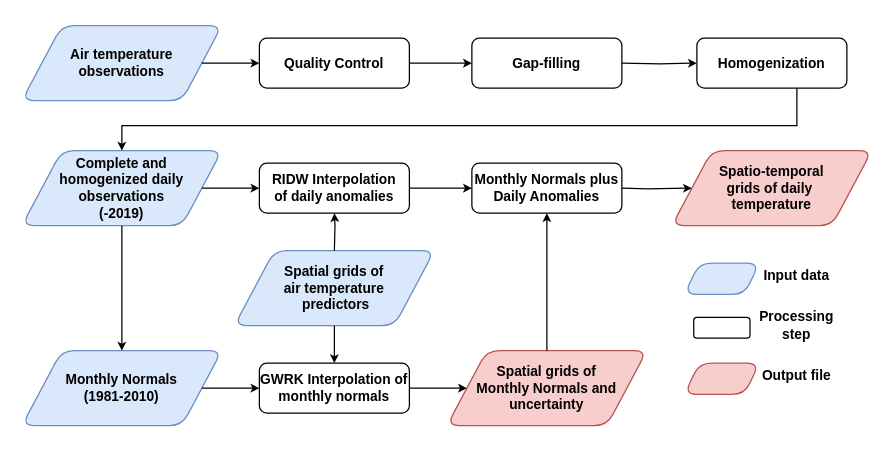
Before: paper/PISCOt_diagram.drawio in adrHuerta/PISCOt_v1-2, a draw.io diagram. Source tidied: cells renumbered, new cells numbered last; positions are measured from the earlier drawing's top-left corner, leaving out a move shared by most shapes. Both pictures are drawn from the tidied source at 125%, with x=0, y=0 at pixel (21, 25).
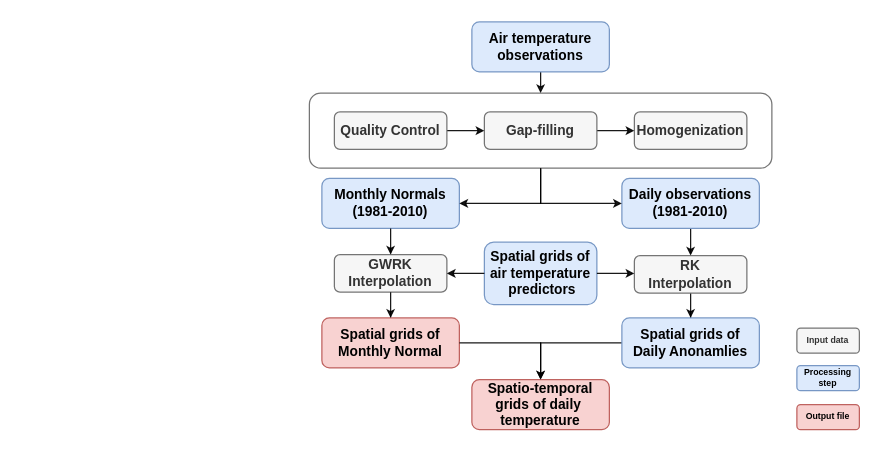
The same diagram, later.

Commit message (it also covers changes not shown here):
workflow / CV values

Change to the diagram source:
```diff
@@
-    <mxCell id="2" style="group;fontFamily=Helvetica;fontSize=11;fontStyle=1;" parent="1" vertex="1">
-      <mxGeometry width="680" height="320" as="geometry" />
-    </mxCell>
-    <mxCell id="3" value="Air temperature &lt;br style=&quot;font-size: 11px;&quot;&gt;observations" style="shape=parallelogram;perimeter=parallelogramPerimeter;whiteSpace=wrap;html=1;fillColor=#dae8fc;strokeColor=#6c8ebf;rounded=1;fontSize=11;fontFamily=Helvetica;fontStyle=1;" parent="2" vertex="1">
-      <mxGeometry width="160" height="60" as="geometry" />
-    </mxCell>
-    <mxCell id="4" value="Complete and &lt;br style=&quot;font-size: 11px;&quot;&gt;homogenized daily observations&lt;br style=&quot;font-size: 11px;&quot;&gt;(-2019)" style="shape=parallelogram;perimeter=parallelogramPerimeter;whiteSpace=wrap;html=1;fillColor=#dae8fc;strokeColor=#6c8ebf;rounded=1;fontSize=11;fontFamily=Helvetica;fontStyle=1;" parent="2" vertex="1">
-      <mxGeometry y="100" width="160" height="60" as="geometry" />
-    </mxCell>
-    <mxCell id="5" value="Quality Control" style="rounded=1;whiteSpace=wrap;html=1;fontSize=11;shadow=0;fontFamily=Helvetica;fontStyle=1;" parent="2" vertex="1">
-      <mxGeometry x="190" y="10" width="120" height="40" as="geometry" />
-    </mxCell>
-    <mxCell id="6" value="Gap-filling" style="rounded=1;whiteSpace=wrap;html=1;fontSize=11;fontFamily=Helvetica;fontStyle=1;" parent="2" vertex="1">
-      <mxGeometry x="360" y="10" width="120" height="40" as="geometry" />
-    </mxCell>
-    <mxCell id="7" value="Homogenization" style="rounded=1;whiteSpace=wrap;html=1;fontSize=11;fontFamily=Helvetica;fontStyle=1;" parent="2" vertex="1">
-      <mxGeometry x="540" y="10" width="120" height="40" as="geometry" />
-    </mxCell>
-    <mxCell id="8" value="RIDW Interpolation&lt;br style=&quot;font-size: 11px;&quot;&gt;of daily anomalies" style="rounded=1;whiteSpace=wrap;html=1;fontSize=11;fontFamily=Helvetica;fontStyle=1;" parent="2" vertex="1">
-      <mxGeometry x="190" y="110" width="120" height="40" as="geometry" />
-    </mxCell>
-    <mxCell id="9" value="Monthly Normals plus Daily Anomalies" style="rounded=1;whiteSpace=wrap;html=1;fontSize=11;fontFamily=Helvetica;fontStyle=1;" parent="2" vertex="1">
-      <mxGeometry x="360" y="110" width="120" height="40" as="geometry" />
-    </mxCell>
-    <mxCell id="10" value="Spatio-temporal &lt;br style=&quot;font-size: 11px;&quot;&gt;grids of daily&amp;nbsp;&lt;br style=&quot;font-size: 11px;&quot;&gt;temperature" style="shape=parallelogram;perimeter=parallelogramPerimeter;whiteSpace=wrap;html=1;fillColor=#f8cecc;strokeColor=#b85450;rounded=1;fontSize=11;fontFamily=Helvetica;fontStyle=1;" parent="2" vertex="1">
-      <mxGeometry x="520" y="100" width="160" height="60" as="geometry" />
-    </mxCell>
-    <mxCell id="11" value="Monthly Normals&lt;br style=&quot;font-size: 11px;&quot;&gt;(1981-2010)" style="shape=parallelogram;perimeter=parallelogramPerimeter;whiteSpace=wrap;html=1;fillColor=#dae8fc;strokeColor=#6c8ebf;rounded=1;fontSize=11;fontFamily=Helvetica;fontStyle=1;" parent="2" vertex="1">
-      <mxGeometry y="260" width="160" height="60" as="geometry" />
-    </mxCell>
-    <mxCell id="12" value="GWRK Interpolation of monthly normals" style="rounded=1;whiteSpace=wrap;html=1;fontSize=11;fontFamily=Helvetica;fontStyle=1;" parent="2" vertex="1">
-      <mxGeometry x="190" y="270" width="120" height="40" as="geometry" />
-    </mxCell>
-    <mxCell id="13" value="Spatial grids of &lt;br style=&quot;font-size: 11px;&quot;&gt;Monthly Normals and&lt;br style=&quot;font-size: 11px;&quot;&gt;uncertainty" style="shape=parallelogram;perimeter=parallelogramPerimeter;whiteSpace=wrap;html=1;fillColor=#f8cecc;strokeColor=#b85450;rounded=1;fontSize=11;fontFamily=Helvetica;fontStyle=1;" parent="2" vertex="1">
-      <mxGeometry x="340" y="260" width="160" height="60" as="geometry" />
-    </mxCell>
-    <mxCell id="14" value="Spatial grids of &lt;br style=&quot;font-size: 11px;&quot;&gt;air temperature&lt;br style=&quot;font-size: 11px;&quot;&gt;&amp;nbsp;predictors" style="shape=parallelogram;perimeter=parallelogramPerimeter;whiteSpace=wrap;html=1;fillColor=#dae8fc;strokeColor=#6c8ebf;rounded=1;fontSize=11;fontFamily=Helvetica;fontStyle=1;" parent="2" vertex="1">
-      <mxGeometry x="170" y="180" width="160" height="60" as="geometry" />
-    </mxCell>
-    <mxCell id="15" style="group;fontFamily=Helvetica;fontSize=11;fontStyle=1;" parent="2" vertex="1">
-      <mxGeometry x="530" y="190" width="120" height="105" as="geometry" />
-    </mxCell>
-    <mxCell id="16" value="Input data" style="text;html=1;strokeColor=none;fillColor=none;align=center;verticalAlign=middle;whiteSpace=wrap;rounded=0;fontSize=11;fontFamily=Helvetica;fontStyle=1;" parent="15" vertex="1">
-      <mxGeometry x="60" width="60" height="20" as="geometry" />
+    <mxCell id="16" value="Input data" style="rounded=1;whiteSpace=wrap;html=1;fillColor=#f5f5f5;opacity=90;fontSize=7;strokeColor=#666666;fontColor=#333333;fontStyle=1;" parent="1" vertex="1">
+      <mxGeometry x="620" y="242" width="50" height="20" as="geometry" />
     </mxCell>
-    <mxCell id="17" value="Processing step" style="text;html=1;strokeColor=none;fillColor=none;align=center;verticalAlign=middle;whiteSpace=wrap;rounded=0;fontSize=11;fontFamily=Helvetica;fontStyle=1;" parent="15" vertex="1">
-      <mxGeometry x="60" y="40" width="60" height="20" as="geometry" />
+    <mxCell id="17" value="Processing step" style="rounded=1;whiteSpace=wrap;html=1;fillColor=#dae8fc;opacity=90;fontSize=7;strokeColor=#6c8ebf;fontStyle=1;" parent="1" vertex="1">
+      <mxGeometry x="620" y="272" width="50" height="20" as="geometry" />
     </mxCell>
-    <mxCell id="18" value="Output file" style="text;html=1;strokeColor=none;fillColor=none;align=center;verticalAlign=middle;whiteSpace=wrap;rounded=0;fontSize=11;fontFamily=Helvetica;fontStyle=1;" parent="15" vertex="1">
-      <mxGeometry x="60" y="80" width="60" height="20" as="geometry" />
+    <mxCell id="18" value="Output file" style="rounded=1;whiteSpace=wrap;html=1;fillColor=#f8cecc;opacity=90;fontSize=7;strokeColor=#b85450;fontStyle=1;" parent="1" vertex="1">
+      <mxGeometry x="620" y="303.2" width="50" height="20" as="geometry" />
     </mxCell>
-    <mxCell id="19" style="shape=parallelogram;perimeter=parallelogramPerimeter;whiteSpace=wrap;html=1;fillColor=#dae8fc;strokeColor=#6c8ebf;rounded=1;fontSize=11;fontFamily=Helvetica;fontStyle=1;" parent="15" vertex="1">
-      <mxGeometry width="60" height="25" as="geometry" />
-    </mxCell>
-    <mxCell id="20" style="rounded=1;whiteSpace=wrap;html=1;fontSize=11;fontFamily=Helvetica;fontStyle=1;" parent="15" vertex="1">
-      <mxGeometry x="7.5" y="43.3" width="45" height="16.7" as="geometry" />
-    </mxCell>
-    <mxCell id="21" style="shape=parallelogram;perimeter=parallelogramPerimeter;whiteSpace=wrap;html=1;fillColor=#f8cecc;strokeColor=#b85450;rounded=1;fontSize=11;fontFamily=Helvetica;fontStyle=1;" parent="15" vertex="1">
-      <mxGeometry y="80" width="60" height="25" as="geometry" />
-    </mxCell>
-    <mxCell id="22" style="group;fontFamily=Helvetica;fontSize=11;fontStyle=1;" parent="2" vertex="1">
-      <mxGeometry x="80" y="30" width="540" height="160" as="geometry" />
-    </mxCell>
-    <mxCell id="23" style="edgeStyle=orthogonalEdgeStyle;rounded=0;jettySize=auto;html=1;fontSize=11;endSize=4;fontFamily=Helvetica;fontStyle=1;" parent="22" edge="1" target="7">
-      <mxGeometry relative="1" as="geometry">
-        <mxPoint x="400" as="sourcePoint" />
-      </mxGeometry>
-    </mxCell>
-    <mxCell id="24" style="edgeStyle=orthogonalEdgeStyle;rounded=0;jettySize=auto;html=1;fontSize=11;endSize=4;fontFamily=Helvetica;fontStyle=1;" parent="22" edge="1" source="7">
-      <mxGeometry relative="1" as="geometry">
-        <mxPoint y="70" as="targetPoint" />
-        <Array as="points">
-          <mxPoint x="540" y="50" />
-          <mxPoint y="50" />
-        </Array>
-      </mxGeometry>
-    </mxCell>
-    <mxCell id="25" style="edgeStyle=orthogonalEdgeStyle;rounded=0;jettySize=auto;html=1;fontSize=11;endSize=4;fontFamily=Helvetica;fontStyle=1;" parent="22" edge="1" target="10">
-      <mxGeometry relative="1" as="geometry">
-        <mxPoint x="400" y="100" as="sourcePoint" />
-      </mxGeometry>
-    </mxCell>
-    <mxCell id="26" style="edgeStyle=orthogonalEdgeStyle;rounded=0;jettySize=auto;html=1;fontSize=11;endSize=4;fontFamily=Helvetica;fontStyle=1;" parent="22" edge="1" target="8">
-      <mxGeometry relative="1" as="geometry">
-        <mxPoint x="170" y="150" as="sourcePoint" />
-      </mxGeometry>
-    </mxCell>
-    <mxCell id="27" style="edgeStyle=orthogonalEdgeStyle;rounded=0;jettySize=auto;html=1;fontSize=11;endSize=4;shadow=0;fontFamily=Helvetica;fontStyle=1;" parent="2" edge="1" source="3" target="5">
-      <mxGeometry relative="1" as="geometry" />
-    </mxCell>
+    <mxCell id="36" style="rounded=1;whiteSpace=wrap;html=1;opacity=90;strokeColor=#666666;fontColor=#333333;fillColor=none;" parent="1" vertex="1">
+      <mxGeometry x="230" y="54" width="370" height="60" as="geometry" />
+    </mxCell>
+    <mxCell id="37" style="edgeStyle=orthogonalEdgeStyle;rounded=0;jumpStyle=gap;jettySize=auto;html=1;entryX=0.5;entryY=0;entryDx=0;entryDy=0;endArrow=classic;endFill=1;endSize=4;opacity=90;" parent="1" edge="1" source="3" target="36">
+      <mxGeometry x="240" y="5" as="geometry">
+        <Array as="points">
+          <mxPoint x="415" y="47" />
+          <mxPoint x="415" y="47" />
+        </Array>
+      </mxGeometry>
+    </mxCell>
+    <mxCell id="3" value="Air temperature observations" style="rounded=1;whiteSpace=wrap;html=1;fontSize=11;fontFamily=Helvetica;fontStyle=1;fillColor=#dae8fc;strokeColor=#6c8ebf;opacity=90;" parent="1" vertex="1">
+      <mxGeometry x="360" y="-3" width="110" height="40" as="geometry" />
+    </mxCell>
+    <mxCell id="11" value="Monthly Normals&lt;br&gt;(1981-2010)" style="rounded=1;whiteSpace=wrap;html=1;fontSize=11;fontFamily=Helvetica;fontStyle=1;fillColor=#dae8fc;strokeColor=#6c8ebf;opacity=90;" parent="1" vertex="1">
+      <mxGeometry x="240" y="122.2" width="110" height="40" as="geometry" />
+    </mxCell>
+    <mxCell id="38" style="edgeStyle=orthogonalEdgeStyle;rounded=0;jumpStyle=gap;jettySize=auto;html=1;entryX=1;entryY=0.5;entryDx=0;entryDy=0;endArrow=classic;endFill=1;endSize=4;opacity=90;" parent="1" edge="1" source="36" target="11">
+      <mxGeometry x="240" y="5" as="geometry" />
+    </mxCell>
+    <mxCell id="14" value="&lt;span style=&quot;color: rgb(0 , 0 , 0) ; font-family: &amp;#34;helvetica&amp;#34; ; font-size: 11px ; font-style: normal ; font-weight: 700 ; letter-spacing: normal ; text-align: center ; text-indent: 0px ; text-transform: none ; word-spacing: 0px ; display: inline ; float: none&quot;&gt;Spatial grids of&lt;/span&gt;&lt;br style=&quot;color: rgb(0 , 0 , 0) ; font-family: &amp;#34;helvetica&amp;#34; ; font-size: 11px ; font-style: normal ; font-weight: 700 ; letter-spacing: normal ; text-align: center ; text-indent: 0px ; text-transform: none ; word-spacing: 0px&quot;&gt;&lt;span style=&quot;color: rgb(0 , 0 , 0) ; font-family: &amp;#34;helvetica&amp;#34; ; font-size: 11px ; font-style: normal ; font-weight: 700 ; letter-spacing: normal ; text-align: center ; text-indent: 0px ; text-transform: none ; word-spacing: 0px ; display: inline ; float: none&quot;&gt;air temperature&lt;/span&gt;&lt;br style=&quot;color: rgb(0 , 0 , 0) ; font-family: &amp;#34;helvetica&amp;#34; ; font-size: 11px ; font-style: normal ; font-weight: 700 ; letter-spacing: normal ; text-align: center ; text-indent: 0px ; text-transform: none ; word-spacing: 0px&quot;&gt;&lt;span style=&quot;color: rgb(0 , 0 , 0) ; font-family: &amp;#34;helvetica&amp;#34; ; font-size: 11px ; font-style: normal ; font-weight: 700 ; letter-spacing: normal ; text-align: center ; text-indent: 0px ; text-transform: none ; word-spacing: 0px ; display: inline ; float: none&quot;&gt;&amp;nbsp;predictors&lt;/span&gt;" style="rounded=1;whiteSpace=wrap;html=1;fontSize=11;fontFamily=Helvetica;fontStyle=1;fillColor=#dae8fc;strokeColor=#6c8ebf;opacity=90;" parent="1" vertex="1">
+      <mxGeometry x="370" y="173.2" width="90" height="50" as="geometry" />
+    </mxCell>
+    <mxCell id="39" value="GWRK Interpolation" style="rounded=1;whiteSpace=wrap;html=1;fontSize=11;fontFamily=Helvetica;fontStyle=1;opacity=90;fillColor=#f5f5f5;strokeColor=#666666;fontColor=#333333;" parent="1" vertex="1">
+      <mxGeometry x="250" y="183.2" width="90" height="30" as="geometry" />
+    </mxCell>
+    <mxCell id="40" style="edgeStyle=orthogonalEdgeStyle;rounded=0;jumpStyle=gap;jettySize=auto;html=1;entryX=0.5;entryY=0;entryDx=0;entryDy=0;endSize=4;opacity=90;" parent="1" edge="1" source="11" target="39">
+      <mxGeometry x="240" y="5" as="geometry" />
+    </mxCell>
+    <mxCell id="41" style="edgeStyle=orthogonalEdgeStyle;rounded=0;jumpStyle=gap;jettySize=auto;html=1;entryX=1;entryY=0.5;entryDx=0;entryDy=0;endSize=4;opacity=90;" parent="1" edge="1" source="14" target="39">
+      <mxGeometry x="240" y="5" as="geometry" />
+    </mxCell>
+    <mxCell id="42" style="edgeStyle=orthogonalEdgeStyle;rounded=0;jumpStyle=gap;jettySize=auto;html=1;endArrow=classic;endFill=1;endSize=4;fontSize=7;opacity=90;" parent="1" edge="1" source="43" target="53">
+      <mxGeometry relative="1" as="geometry" />
+    </mxCell>
+    <mxCell id="43" value="RK &lt;br&gt;Interpolation" style="rounded=1;whiteSpace=wrap;html=1;fontSize=11;fontFamily=Helvetica;fontStyle=1;opacity=90;fillColor=#f5f5f5;strokeColor=#666666;fontColor=#333333;" parent="1" vertex="1">
+      <mxGeometry x="490" y="184" width="90" height="30" as="geometry" />
+    </mxCell>
+    <mxCell id="44" style="edgeStyle=orthogonalEdgeStyle;rounded=0;jumpStyle=gap;jettySize=auto;html=1;entryX=0;entryY=0.475;entryDx=0;entryDy=0;entryPerimeter=0;endSize=4;opacity=90;" parent="1" edge="1" source="14" target="43">
+      <mxGeometry x="240" y="5" as="geometry" />
+    </mxCell>
+    <mxCell id="45" value="Spatial grids of&lt;br&gt;Monthly Normal" style="rounded=1;whiteSpace=wrap;html=1;fontSize=11;fontFamily=Helvetica;fontStyle=1;opacity=90;fillColor=#f8cecc;strokeColor=#b85450;" parent="1" vertex="1">
+      <mxGeometry x="240" y="233.8" width="110" height="40" as="geometry" />
+    </mxCell>
+    <mxCell id="46" style="edgeStyle=orthogonalEdgeStyle;rounded=0;jumpStyle=gap;jettySize=auto;html=1;entryX=0.5;entryY=0;entryDx=0;entryDy=0;endArrow=classic;endFill=1;endSize=4;opacity=90;" parent="1" edge="1" source="39" target="45">
+      <mxGeometry x="240" y="5" as="geometry" />
+    </mxCell>
+    <mxCell id="10" value="Spatio-temporal&lt;br&gt;grids of daily&amp;nbsp;&lt;br&gt;temperature" style="rounded=1;whiteSpace=wrap;html=1;fontSize=11;fontFamily=Helvetica;fontStyle=1;opacity=90;fillColor=#f8cecc;strokeColor=#b85450;" parent="1" vertex="1">
+      <mxGeometry x="360" y="283.2" width="110" height="40" as="geometry" />
+    </mxCell>
+    <mxCell id="47" style="edgeStyle=orthogonalEdgeStyle;rounded=0;jumpStyle=gap;jettySize=auto;html=1;entryX=0.5;entryY=0;entryDx=0;entryDy=0;endSize=4;opacity=90;" parent="1" edge="1" source="45" target="10">
+      <mxGeometry x="240" y="5" as="geometry" />
+    </mxCell>
+    <mxCell id="7" value="Homogenization" style="rounded=1;whiteSpace=wrap;html=1;fontSize=11;fontFamily=Helvetica;fontStyle=1;fillColor=#f5f5f5;strokeColor=#666666;fontColor=#333333;opacity=90;" parent="1" vertex="1">
+      <mxGeometry x="490" y="69" width="90" height="30" as="geometry" />
+    </mxCell>
+    <mxCell id="48" style="edgeStyle=orthogonalEdgeStyle;rounded=0;jettySize=auto;html=1;entryX=0;entryY=0.5;entryDx=0;entryDy=0;opacity=90;endSize=4;" parent="1" edge="1" source="6" target="7">
+      <mxGeometry x="260" y="77" as="geometry" />
+    </mxCell>
+    <mxCell id="6" value="Gap-filling" style="rounded=1;whiteSpace=wrap;html=1;fontSize=11;fontFamily=Helvetica;fontStyle=1;fillColor=#f5f5f5;strokeColor=#666666;fontColor=#333333;opacity=90;" parent="1" vertex="1">
+      <mxGeometry x="370" y="69" width="90" height="30" as="geometry" />
+    </mxCell>
-    <mxCell id="28" style="edgeStyle=orthogonalEdgeStyle;rounded=0;jettySize=auto;html=1;fontSize=11;endSize=4;fontFamily=Helvetica;fontStyle=1;" parent="2" edge="1" source="5" target="6">
-      <mxGeometry relative="1" as="geometry" />
+    <mxCell id="28" style="edgeStyle=orthogonalEdgeStyle;rounded=0;jettySize=auto;html=1;entryX=0;entryY=0.5;entryDx=0;entryDy=0;opacity=90;endSize=4;" parent="1" edge="1" source="5" target="6">
+      <mxGeometry x="260" y="77" as="geometry" />
     </mxCell>
-    <mxCell id="29" style="edgeStyle=orthogonalEdgeStyle;rounded=0;jettySize=auto;html=1;fontSize=11;endSize=4;fontFamily=Helvetica;fontStyle=1;" parent="2" edge="1" source="4" target="8">
-      <mxGeometry relative="1" as="geometry" />
-    </mxCell>
-    <mxCell id="30" style="edgeStyle=orthogonalEdgeStyle;rounded=0;jettySize=auto;html=1;fontSize=11;endSize=4;fontFamily=Helvetica;fontStyle=1;" parent="2" edge="1" source="8" target="9">
-      <mxGeometry relative="1" as="geometry" />
-    </mxCell>
-    <mxCell id="31" style="edgeStyle=orthogonalEdgeStyle;rounded=0;jettySize=auto;html=1;entryX=0.5;entryY=0;entryDx=0;entryDy=0;fontSize=11;endSize=4;fontFamily=Helvetica;fontStyle=1;" parent="2" edge="1" source="4" target="11">
-      <mxGeometry relative="1" as="geometry" />
-    </mxCell>
-    <mxCell id="32" style="edgeStyle=orthogonalEdgeStyle;rounded=0;jettySize=auto;html=1;fontSize=11;endSize=4;fontFamily=Helvetica;fontStyle=1;" parent="2" edge="1" source="11" target="12">
-      <mxGeometry relative="1" as="geometry" />
-    </mxCell>
-    <mxCell id="33" style="edgeStyle=orthogonalEdgeStyle;rounded=0;jettySize=auto;html=1;fontSize=11;entryX=0.5;entryY=1;entryDx=0;entryDy=0;endSize=4;fontFamily=Helvetica;fontStyle=1;" parent="2" edge="1" source="13" target="9">
-      <mxGeometry relative="1" as="geometry" />
-    </mxCell>
-    <mxCell id="34" style="edgeStyle=orthogonalEdgeStyle;rounded=0;jettySize=auto;html=1;fontSize=11;endSize=4;fontFamily=Helvetica;fontStyle=1;" parent="2" edge="1" source="12" target="13">
-      <mxGeometry relative="1" as="geometry" />
-    </mxCell>
-    <mxCell id="35" style="edgeStyle=orthogonalEdgeStyle;rounded=0;jettySize=auto;html=1;fontSize=11;exitX=0.5;exitY=1;exitDx=0;exitDy=0;endSize=4;fontFamily=Helvetica;fontStyle=1;" parent="2" edge="1" source="14" target="12">
-      <mxGeometry relative="1" as="geometry" />
-    </mxCell>
+    <mxCell id="5" value="Quality Control" style="rounded=1;whiteSpace=wrap;html=1;fontSize=11;fontFamily=Helvetica;fontStyle=1;fillColor=#f5f5f5;strokeColor=#666666;fontColor=#333333;opacity=90;" parent="1" vertex="1">
+      <mxGeometry x="250" y="69" width="90" height="30" as="geometry" />
+    </mxCell>
+    <mxCell id="49" style="edgeStyle=orthogonalEdgeStyle;rounded=0;jumpStyle=gap;jettySize=auto;html=1;entryX=0.5;entryY=0;entryDx=0;entryDy=0;endArrow=classic;endFill=1;endSize=4;opacity=90;" parent="1" edge="1" source="50" target="43">
+      <mxGeometry x="240" y="5" as="geometry" />
+    </mxCell>
+    <mxCell id="50" value="Daily observations&lt;br&gt;(1981-2010)" style="rounded=1;whiteSpace=wrap;html=1;fontSize=11;fontFamily=Helvetica;fontStyle=1;fillColor=#dae8fc;strokeColor=#6c8ebf;opacity=90;" parent="1" vertex="1">
+      <mxGeometry x="480" y="122.2" width="110" height="40" as="geometry" />
+    </mxCell>
+    <mxCell id="51" style="edgeStyle=orthogonalEdgeStyle;rounded=0;jumpStyle=gap;jettySize=auto;html=1;entryX=0;entryY=0.5;entryDx=0;entryDy=0;endArrow=classic;endFill=1;endSize=4;opacity=90;" parent="1" edge="1" source="36" target="50">
+      <mxGeometry x="240" y="5" as="geometry" />
+    </mxCell>
+    <mxCell id="52" style="edgeStyle=orthogonalEdgeStyle;rounded=0;sketch=0;jumpStyle=gap;jettySize=auto;html=1;entryX=0.5;entryY=0;entryDx=0;entryDy=0;endArrow=classic;endFill=1;endSize=4;targetPerimeterSpacing=0;fontSize=7;opacity=90;" parent="1" edge="1" source="53" target="10">
+      <mxGeometry relative="1" as="geometry" />
+    </mxCell>
+    <mxCell id="53" value="Spatial grids of&lt;br&gt;Daily Anonamlies" style="rounded=1;whiteSpace=wrap;html=1;fontSize=11;fontFamily=Helvetica;fontStyle=1;opacity=90;fillColor=#dae8fc;strokeColor=#6c8ebf;" parent="1" vertex="1">
+      <mxGeometry x="480" y="233.8" width="110" height="40" as="geometry" />
+    </mxCell>
```
